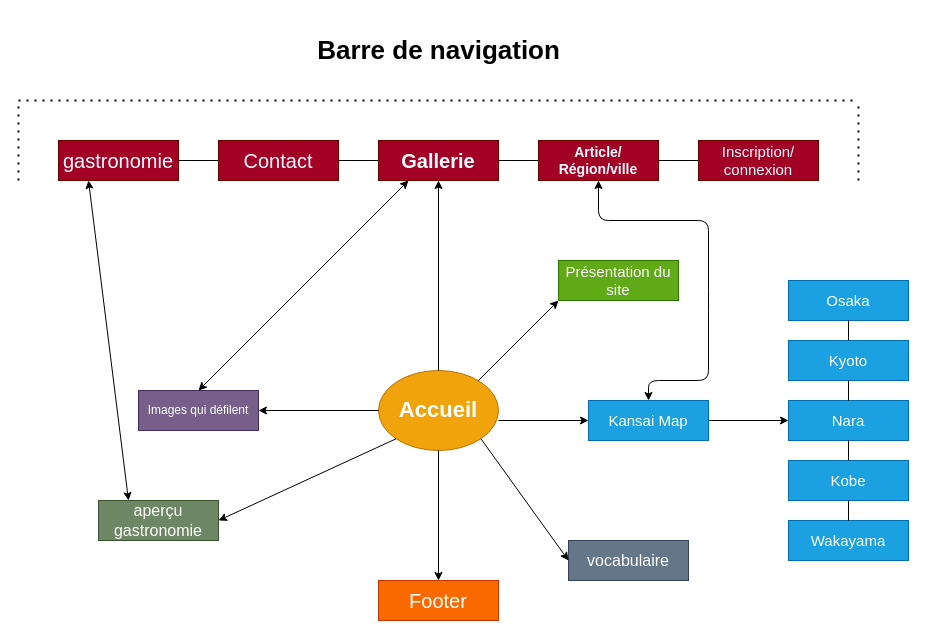
This is arborescense.drawio from Celine-Chan/KansaiNoBouken, a draw.io file, before an edit. Source tidied: cells renumbered, new cells numbered last; positions are measured from the earlier drawing's top-left corner, leaving out a move shared by most shapes. Both pictures are drawn from the tidied source at 100%, with x=0, y=0 at pixel (18, 20).
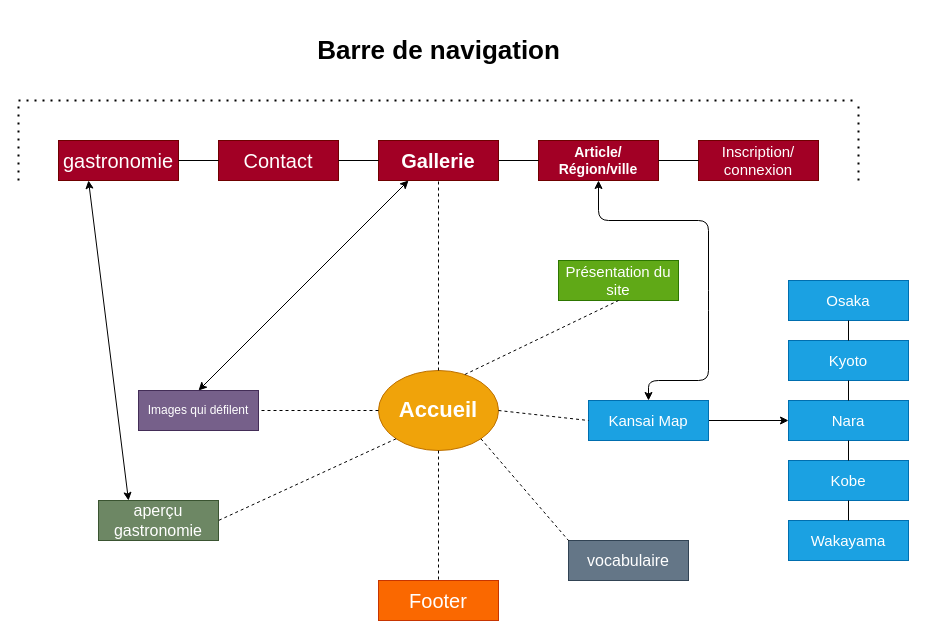
The same diagram, later.

Unchanged cells that the change refers to:
```xml
<mxCell id="2" value="&lt;b&gt;&lt;font style=&quot;font-size: 22px&quot;&gt;Accueil&lt;/font&gt;&lt;/b&gt;" style="ellipse;whiteSpace=wrap;html=1;fillColor=#f0a30a;strokeColor=#BD7000;fontColor=#ffffff;" parent="1" vertex="1">
  <mxGeometry x="360" y="350" width="120" height="80" as="geometry" />
</mxCell>
<mxCell id="4" value="&lt;b&gt;&lt;font style=&quot;font-size: 20px&quot;&gt;Gallerie&lt;/font&gt;&lt;/b&gt;" style="rounded=0;whiteSpace=wrap;html=1;fillColor=#a20025;strokeColor=#6F0000;fontColor=#ffffff;" parent="1" vertex="1">
  <mxGeometry x="360" y="120" width="120" height="40" as="geometry" />
</mxCell>
<mxCell id="18" value="Présentation du site" style="rounded=0;whiteSpace=wrap;html=1;fontSize=15;fillColor=#60a917;strokeColor=#2D7600;fontColor=#ffffff;" parent="1" vertex="1">
  <mxGeometry x="540" y="240" width="120" height="40" as="geometry" />
</mxCell>
<mxCell id="21" value="Kansai Map" style="rounded=0;whiteSpace=wrap;html=1;fontSize=15;fillColor=#1ba1e2;strokeColor=#006EAF;fontColor=#ffffff;" parent="1" vertex="1">
  <mxGeometry x="570" y="380" width="120" height="40" as="geometry" />
</mxCell>
<mxCell id="33" value="Footer" style="rounded=0;whiteSpace=wrap;html=1;fontSize=20;fillColor=#fa6800;strokeColor=#C73500;fontColor=#ffffff;" parent="1" vertex="1">
  <mxGeometry x="360" y="560" width="120" height="40" as="geometry" />
</mxCell>
<mxCell id="35" value="Images qui défilent" style="rounded=0;whiteSpace=wrap;html=1;fillColor=#76608a;strokeColor=#432D57;fontColor=#ffffff;" parent="1" vertex="1">
  <mxGeometry x="120" y="370" width="120" height="40" as="geometry" />
</mxCell>
<mxCell id="37" value="aperçu gastronomie" style="rounded=0;whiteSpace=wrap;html=1;fontSize=16;fillColor=#6d8764;strokeColor=#3A5431;fontColor=#ffffff;" parent="1" vertex="1">
  <mxGeometry x="80" y="480" width="120" height="40" as="geometry" />
</mxCell>
<mxCell id="39" value="vocabulaire" style="rounded=0;whiteSpace=wrap;html=1;fontSize=16;fillColor=#647687;strokeColor=#314354;fontColor=#ffffff;" parent="1" vertex="1">
  <mxGeometry x="550" y="520" width="120" height="40" as="geometry" />
</mxCell>
```

The edit, as a diff of the source:
```diff
@@
-    <mxCell id="3" style="endArrow=classic;html=1;exitX=0.5;exitY=0;exitDx=0;exitDy=0;entryX=0.5;entryY=1;entryDx=0;entryDy=0;" parent="1" edge="1" source="2" target="4">
-      <mxGeometry relative="1" as="geometry" />
-    </mxCell>
@@
-    <mxCell id="17" style="endArrow=classic;html=1;fontSize=13;" parent="1" edge="1">
-      <mxGeometry relative="1" as="geometry">
-        <mxPoint x="460" y="360" as="sourcePoint" />
-        <mxPoint x="540" y="280" as="targetPoint" />
-      </mxGeometry>
-    </mxCell>
@@
-    <mxCell id="19" style="endArrow=classic;html=1;fontSize=15;" parent="1" edge="1">
-      <mxGeometry relative="1" as="geometry">
-        <mxPoint x="480" y="400" as="sourcePoint" />
-        <mxPoint x="570" y="400" as="targetPoint" />
-      </mxGeometry>
-    </mxCell>
@@
-    <mxCell id="32" style="endArrow=classic;html=1;fontSize=20;exitX=0.5;exitY=1;exitDx=0;exitDy=0;" parent="1" edge="1" source="2">
-      <mxGeometry relative="1" as="geometry">
-        <mxPoint x="420" y="560" as="targetPoint" />
-      </mxGeometry>
-    </mxCell>
@@
-    <mxCell id="34" style="endArrow=classic;html=1;fontSize=20;exitX=0;exitY=0.5;exitDx=0;exitDy=0;" parent="1" edge="1" source="2" target="35">
-      <mxGeometry relative="1" as="geometry" />
-    </mxCell>
@@
+    <mxCell id="41" style="endArrow=none;dashed=1;html=1;exitX=0.5;exitY=0;exitDx=0;exitDy=0;entryX=0.5;entryY=1;entryDx=0;entryDy=0;" parent="1" edge="1" source="2" target="4">
+      <mxGeometry relative="1" as="geometry" />
+    </mxCell>
+    <mxCell id="42" style="endArrow=none;dashed=1;html=1;exitX=1;exitY=0.5;exitDx=0;exitDy=0;entryX=0;entryY=0.5;entryDx=0;entryDy=0;" parent="1" edge="1" source="2" target="21">
+      <mxGeometry relative="1" as="geometry" />
+    </mxCell>
+    <mxCell id="34" style="endArrow=none;dashed=1;html=1;exitX=0;exitY=0.5;exitDx=0;exitDy=0;entryX=1;entryY=0.5;entryDx=0;entryDy=0;" parent="1" edge="1" source="2" target="35">
+      <mxGeometry relative="1" as="geometry" />
+    </mxCell>
-    <mxCell id="40" style="endArrow=classic;html=1;fontSize=16;exitX=0;exitY=1;exitDx=0;exitDy=0;entryX=1;entryY=0.5;entryDx=0;entryDy=0;" parent="1" edge="1" source="2" target="37">
+    <mxCell id="40" style="endArrow=none;dashed=1;html=1;exitX=0;exitY=1;exitDx=0;exitDy=0;entryX=1;entryY=0.5;entryDx=0;entryDy=0;" parent="1" edge="1" source="2" target="37">
       <mxGeometry relative="1" as="geometry" />
     </mxCell>
-    <mxCell id="41" style="endArrow=classic;html=1;fontSize=16;exitX=1;exitY=1;exitDx=0;exitDy=0;entryX=0;entryY=0.5;entryDx=0;entryDy=0;" parent="1" edge="1" source="2" target="39">
-      <mxGeometry relative="1" as="geometry" />
-    </mxCell>
+    <mxCell id="43" style="endArrow=none;dashed=1;html=1;exitX=0.5;exitY=1;exitDx=0;exitDy=0;entryX=0.5;entryY=0;entryDx=0;entryDy=0;" parent="1" edge="1" source="2" target="33">
+      <mxGeometry relative="1" as="geometry" />
+    </mxCell>
+    <mxCell id="44" style="endArrow=none;dashed=1;html=1;exitX=1;exitY=1;exitDx=0;exitDy=0;entryX=0;entryY=0;entryDx=0;entryDy=0;" parent="1" edge="1" source="2" target="39">
+      <mxGeometry relative="1" as="geometry" />
+    </mxCell>
+    <mxCell id="45" style="endArrow=none;dashed=1;html=1;exitX=0.72;exitY=0.05;exitDx=0;exitDy=0;exitPerimeter=0;entryX=0.5;entryY=1;entryDx=0;entryDy=0;" parent="1" edge="1" source="2" target="18">
+      <mxGeometry relative="1" as="geometry" />
+    </mxCell>
```
